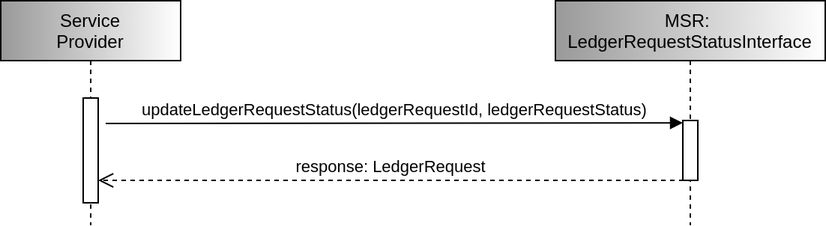
This is materials/ledgerrequeststatusintseqdiagram.drawio.png from maritimeconnectivity/g1128-msr-service-specification, a draw.io export, as it was before one commit. Source tidied: cells renumbered, new cells last; positions are measured from the earlier drawing's top-left corner, leaving out a move shared by most shapes.
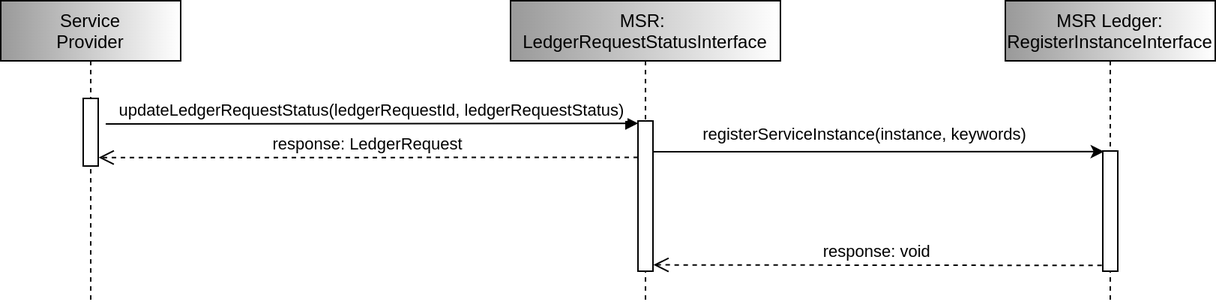
Later version of the same file.

Commit message:
Adding the ledger in the sequence diagrams

What changed in the source:
```diff
@@ -3,24 +3,36 @@
     <mxCell id="0" />
     <mxCell id="1" parent="0" />
     <mxCell id="2" value="Service&#10;Provider" style="shape=umlLifeline;perimeter=lifelinePerimeter;rounded=0;shadow=0;strokeWidth=1;fillColor=#999999;gradientColor=#ffffff;gradientDirection=east;" parent="1" vertex="1">
-      <mxGeometry width="120" height="150" as="geometry" />
+      <mxGeometry width="120" height="200" as="geometry" />
     </mxCell>
     <mxCell id="3" style="points=[];perimeter=orthogonalPerimeter;rounded=0;shadow=0;strokeWidth=1;" parent="2" vertex="1">
-      <mxGeometry x="55" y="65" width="10" height="70" as="geometry" />
+      <mxGeometry x="55" y="65" width="10" height="45" as="geometry" />
     </mxCell>
     <mxCell id="4" value="MSR: &#10;LedgerRequestStatusInterface" style="shape=umlLifeline;perimeter=lifelinePerimeter;rounded=0;shadow=0;strokeWidth=1;fillColor=#999999;gradientColor=#ffffff;gradientDirection=east;" parent="1" vertex="1">
-      <mxGeometry x="370" width="180" height="150" as="geometry" />
+      <mxGeometry x="340" width="180" height="200" as="geometry" />
     </mxCell>
     <mxCell id="5" style="points=[];perimeter=orthogonalPerimeter;rounded=0;shadow=0;strokeWidth=1;" parent="4" vertex="1">
-      <mxGeometry x="85" y="80" width="10" height="40" as="geometry" />
+      <mxGeometry x="85" y="80" width="10" height="100" as="geometry" />
     </mxCell>
-    <mxCell id="6" value="response: LedgerRequest" style="verticalAlign=bottom;endArrow=open;dashed=1;endSize=8;exitX=0.05;exitY=1;shadow=0;strokeWidth=1;exitDx=0;exitDy=0;exitPerimeter=0;" parent="1" edge="1" source="5" target="3">
+    <mxCell id="6" value="response: LedgerRequest" style="verticalAlign=bottom;endArrow=open;dashed=1;endSize=8;shadow=0;strokeWidth=1;entryX=1.033;entryY=0.874;entryDx=0;entryDy=0;entryPerimeter=0;exitX=0;exitY=0.243;exitDx=0;exitDy=0;exitPerimeter=0;" parent="1" edge="1" source="5" target="3">
       <mxGeometry relative="1" as="geometry" />
     </mxCell>
-    <mxCell id="7" value="updateLedgerRequestStatus(ledgerRequestId, ledgerRequestStatus)" style="verticalAlign=bottom;endArrow=block;entryX=0;entryY=0.04;shadow=0;strokeWidth=1;entryDx=0;entryDy=0;entryPerimeter=0;" parent="1" edge="1" target="5">
+    <mxCell id="7" value="updateLedgerRequestStatus(ledgerRequestId, ledgerRequestStatus)" style="verticalAlign=bottom;endArrow=block;shadow=0;strokeWidth=1;entryX=0.01;entryY=0.016;entryDx=0;entryDy=0;entryPerimeter=0;" parent="1" edge="1" target="5">
       <mxGeometry relative="1" as="geometry">
         <mxPoint x="70" y="82" as="sourcePoint" />
       </mxGeometry>
     </mxCell>
+    <mxCell id="8" value="MSR Ledger:&#10;RegisterInstanceInterface" style="shape=umlLifeline;perimeter=lifelinePerimeter;rounded=0;shadow=0;strokeWidth=1;fillColor=#999999;gradientColor=#ffffff;gradientDirection=east;" parent="1" vertex="1">
+      <mxGeometry x="670" width="140" height="200" as="geometry" />
+    </mxCell>
+    <mxCell id="9" style="points=[];perimeter=orthogonalPerimeter;rounded=0;shadow=0;strokeWidth=1;" parent="8" vertex="1">
+      <mxGeometry x="65" y="100" width="10" height="80" as="geometry" />
+    </mxCell>
+    <mxCell id="10" value="registerServiceInstance(instance, keywords)" style="rounded=0;jettySize=auto;html=1;entryX=0.086;entryY=0.005;entryDx=0;entryDy=0;entryPerimeter=0;exitX=1;exitY=0.205;exitDx=0;exitDy=0;exitPerimeter=0;" parent="1" edge="1" source="5" target="9">
+      <mxGeometry x="-0.06" y="11" relative="1" as="geometry" />
+    </mxCell>
+    <mxCell id="11" value="response: void" style="verticalAlign=bottom;endArrow=open;dashed=1;endSize=8;exitX=-0.067;exitY=0.952;shadow=0;strokeWidth=1;exitDx=0;exitDy=0;exitPerimeter=0;entryX=1.033;entryY=0.958;entryDx=0;entryDy=0;entryPerimeter=0;" parent="1" edge="1" source="9" target="5">
+      <mxGeometry relative="1" as="geometry" />
+    </mxCell>
   </root>
 </mxGraphModel>
```
